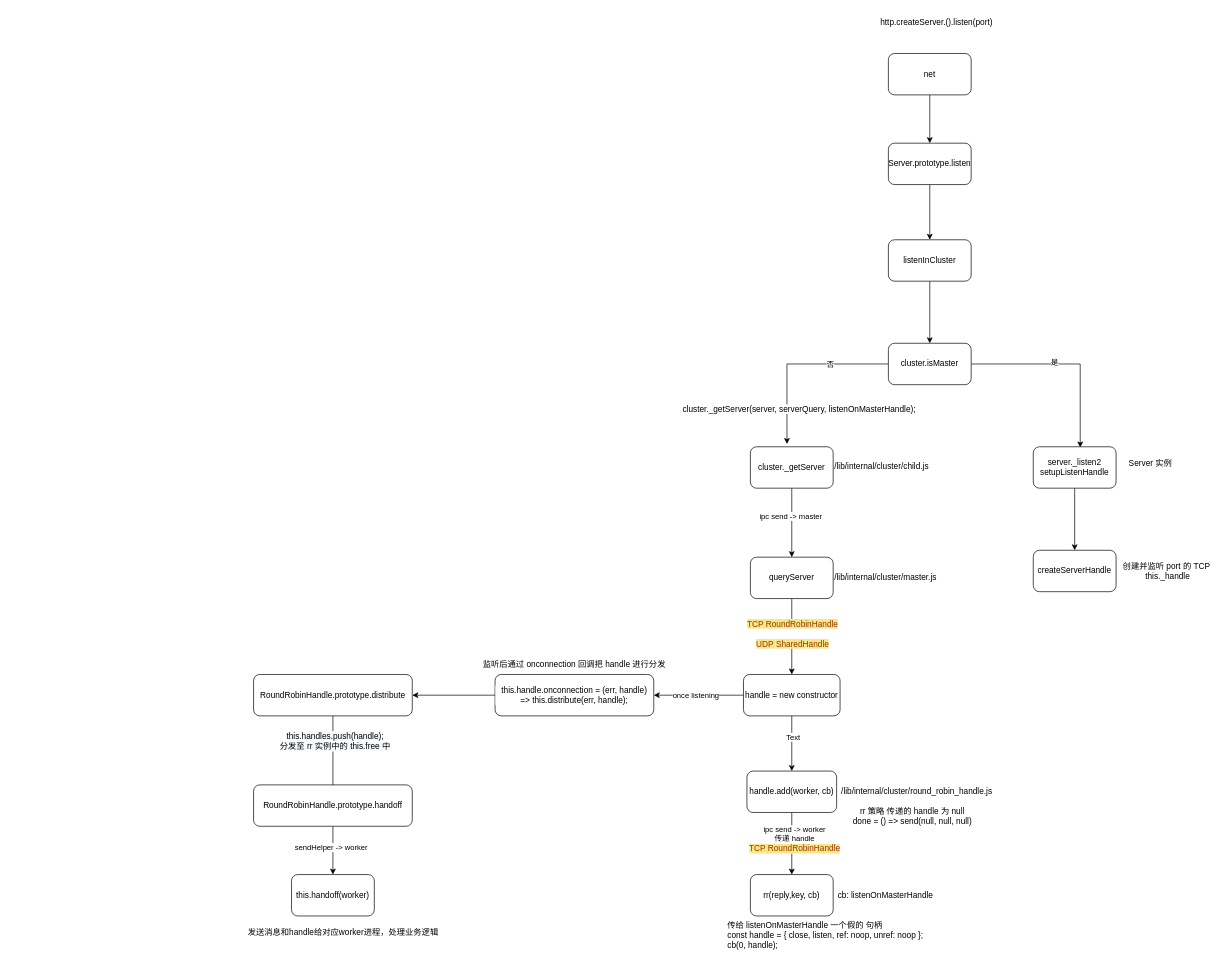
Before: cluster.drawio in sfyr111/draw, a draw.io diagram. Source tidied: cells renumbered, new cells numbered last; positions are measured from the earlier drawing's top-left corner, leaving out a move shared by most shapes. Both pictures are drawn from the tidied source at 69%, with x=0, y=0 at pixel (12, 12).
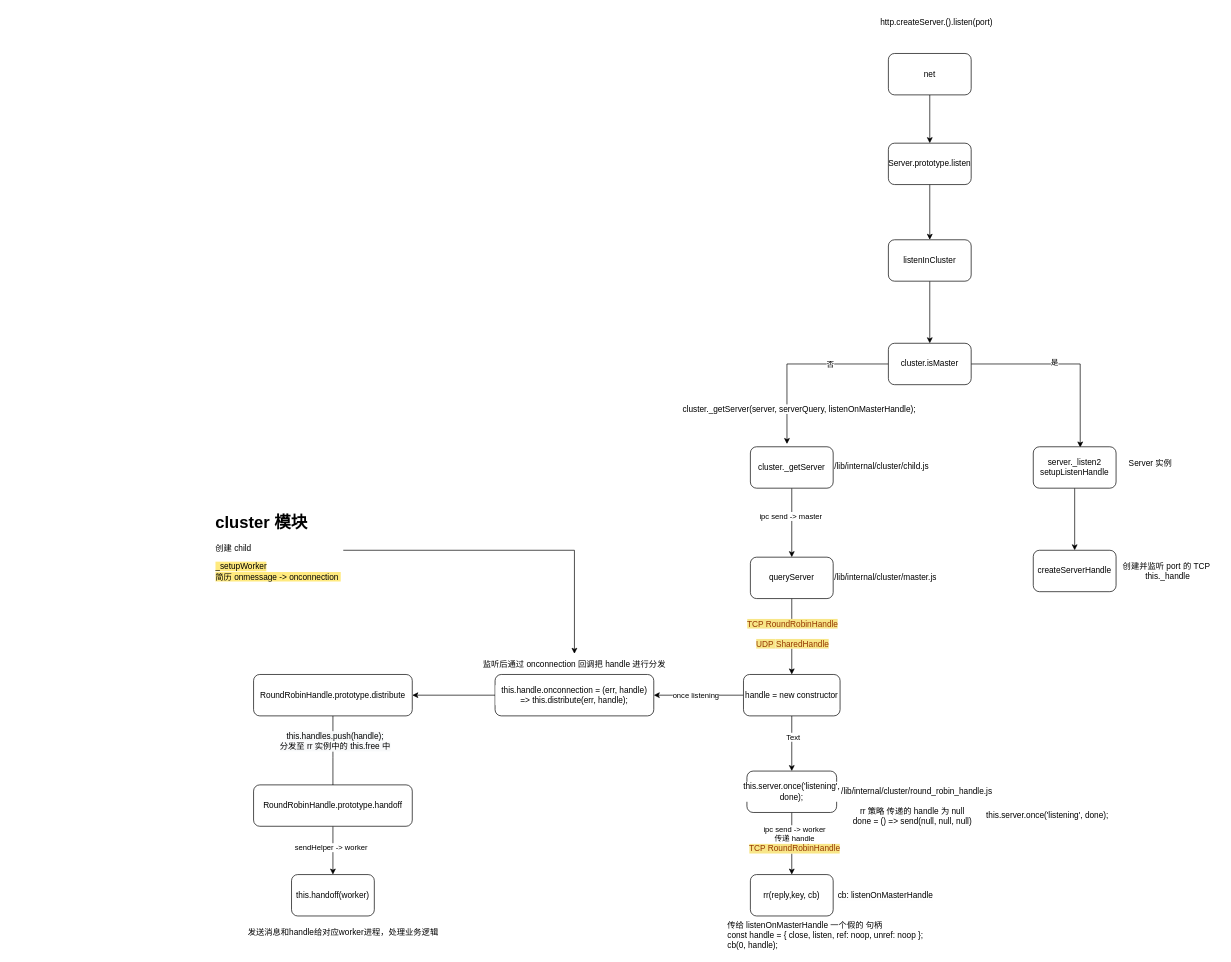
The same page after the edit.

Unchanged cells that the change refers to:
```xml
<mxCell id="49" value="监听后通过 onconnection 回调把 handle 进行分发" style="text;html=1;strokeColor=none;fillColor=none;align=center;verticalAlign=middle;whiteSpace=wrap;rounded=0;labelBackgroundColor=#FFFFFF;labelBorderColor=none;fontFamily=Helvetica;fontColor=#000000;" parent="1" vertex="1">
  <mxGeometry x="675" y="930" width="280" height="30" as="geometry" />
</mxCell>
```

What changed in the source:
```diff
@@
-    <mxCell id="33" value="&lt;span&gt;handle.add(worker, cb)&lt;/span&gt;" style="rounded=1;whiteSpace=wrap;html=1;labelBackgroundColor=#FFFFFF;fontColor=#000000;" parent="1" vertex="1">
+    <mxCell id="33" value="this.server.once('listening', done);" style="rounded=1;whiteSpace=wrap;html=1;labelBackgroundColor=#FFFFFF;fontColor=#000000;" parent="1" vertex="1">
       <mxGeometry x="1065" y="1100" width="130" height="60" as="geometry" />
     </mxCell>
@@
+    <mxCell id="52" style="edgeStyle=orthogonalEdgeStyle;rounded=0;jettySize=auto;html=1;fontFamily=Helvetica;fontColor=#000000;" parent="1" edge="1" source="53" target="49">
+      <mxGeometry relative="1" as="geometry" />
+    </mxCell>
+    <mxCell id="53" value="&lt;h1&gt;cluster 模块&lt;/h1&gt;&lt;p&gt;创建 child&amp;nbsp;&lt;/p&gt;&lt;span class=&quot;pl-en&quot; style=&quot;box-sizing: border-box ; font-family: , , &amp;#34;sf mono&amp;#34; , &amp;#34;menlo&amp;#34; , &amp;#34;consolas&amp;#34; , &amp;#34;liberation mono&amp;#34; , monospace&quot;&gt;&lt;span class=&quot;selection-highlight&quot; style=&quot;box-sizing: border-box&quot;&gt;&lt;span class=&quot;pl-token active&quot; style=&quot;box-sizing: border-box ; cursor: pointer ; background: rgb(255 , 234 , 127)&quot;&gt;_setupWorker&lt;br&gt;简历 onmessage -&amp;gt; onconnection&amp;nbsp;&lt;br&gt;&lt;/span&gt;&lt;/span&gt;&lt;/span&gt;&lt;span style=&quot;box-sizing: border-box ; color: rgb(36 , 41 , 47) ; font-family: , , &amp;#34;sf mono&amp;#34; , &amp;#34;menlo&amp;#34; , &amp;#34;consolas&amp;#34; , &amp;#34;liberation mono&amp;#34; , monospace&quot;&gt; &lt;/span&gt;" style="text;html=1;strokeColor=none;fillColor=none;spacing=5;spacingTop=-20;whiteSpace=wrap;overflow=hidden;rounded=0;labelBackgroundColor=#FFFFFF;labelBorderColor=none;fontFamily=Helvetica;fontColor=#000000;" parent="1" vertex="1">
+      <mxGeometry x="290" y="720" width="190" height="120" as="geometry" />
+    </mxCell>
+    <mxCell id="54" value="this.server.once('listening', done);" style="text;whiteSpace=wrap;html=1;fontFamily=Helvetica;fontColor=#000000;" parent="1" vertex="1">
+      <mxGeometry x="1410" y="1150" width="200" height="30" as="geometry" />
+    </mxCell>
```
